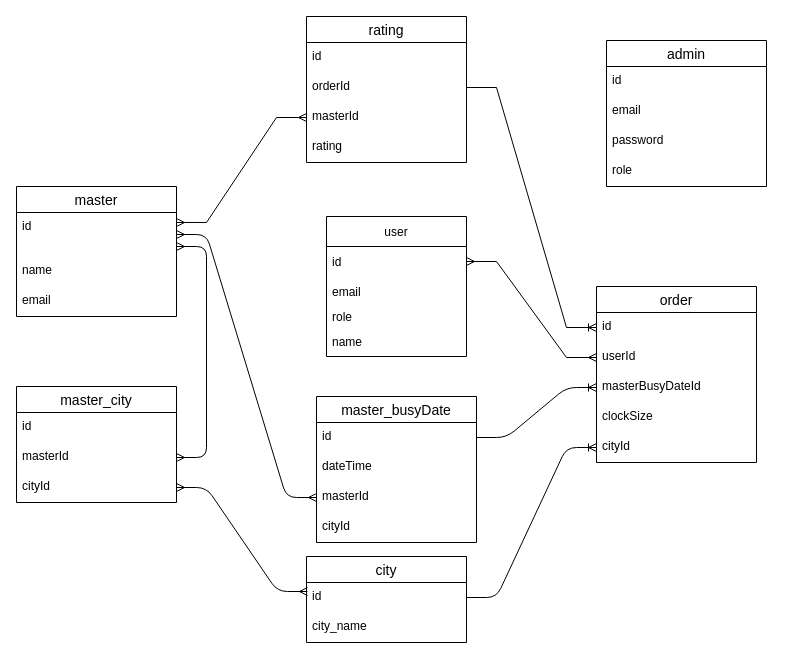
Above: 2.drawio in mip92/clock_server (draw.io), before the change. Source tidied: cells renumbered, new cells numbered last; positions are measured from the earlier drawing's top-left corner, leaving out a move shared by most shapes. Both pictures are drawn from the tidied source at 100%, with x=0, y=0 at pixel (16, 16).
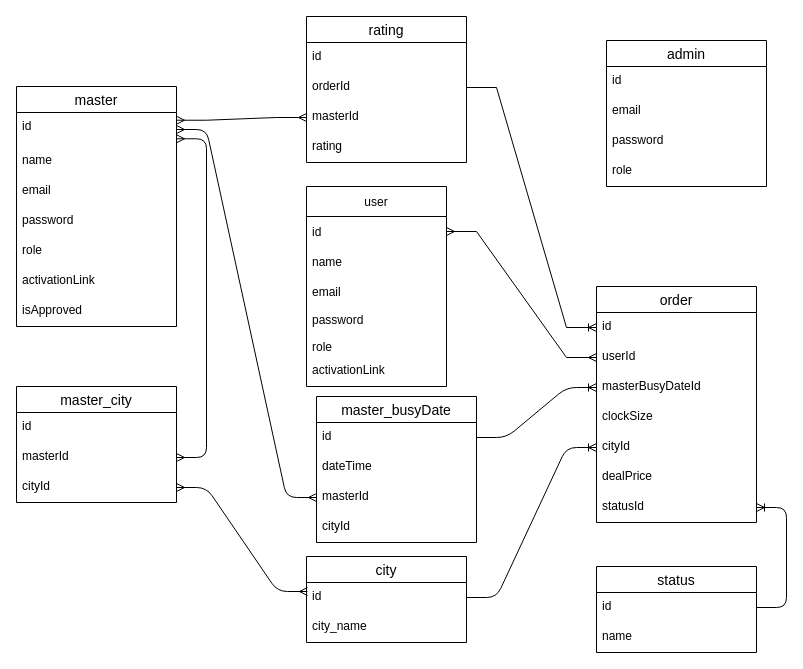
Above is the later version.

Diff of the diagram source:
```diff
@@
     <mxCell id="2" value="master" style="swimlane;fontStyle=0;horizontal=1;startSize=26;align=center;fontSize=14;" parent="1" vertex="1">
-      <mxGeometry y="170" width="160" height="130" as="geometry" />
+      <mxGeometry y="70" width="160" height="240" as="geometry" />
     </mxCell>
     <mxCell id="3" value="id" style="text;strokeColor=none;fillColor=none;spacingLeft=4;spacingRight=4;overflow=hidden;points=[[0,0.5],[1,0.5]];portConstraint=eastwest;fontSize=12;" parent="2" vertex="1">
-      <mxGeometry y="26" width="160" height="44" as="geometry" />
+      <mxGeometry y="26" width="160" height="34" as="geometry" />
     </mxCell>
     <mxCell id="4" value="name" style="text;strokeColor=none;fillColor=none;spacingLeft=4;spacingRight=4;overflow=hidden;fontSize=12;" parent="2" vertex="1">
-      <mxGeometry y="70" width="160" height="30" as="geometry" />
+      <mxGeometry y="60" width="160" height="30" as="geometry" />
     </mxCell>
     <mxCell id="5" value="email" style="text;strokeColor=none;fillColor=none;spacingLeft=4;spacingRight=4;overflow=hidden;fontSize=12;" parent="2" vertex="1">
-      <mxGeometry y="100" width="160" height="30" as="geometry" />
+      <mxGeometry y="90" width="160" height="30" as="geometry" />
     </mxCell>
+    <mxCell id="47" value="password" style="text;strokeColor=none;fillColor=none;spacingLeft=4;spacingRight=4;overflow=hidden;fontSize=12;" parent="2" vertex="1">
+      <mxGeometry y="120" width="160" height="30" as="geometry" />
+    </mxCell>
+    <mxCell id="48" value="role" style="text;strokeColor=none;fillColor=none;spacingLeft=4;spacingRight=4;overflow=hidden;fontSize=12;" parent="2" vertex="1">
+      <mxGeometry y="150" width="160" height="30" as="geometry" />
+    </mxCell>
+    <mxCell id="49" value="activationLink" style="text;strokeColor=none;fillColor=none;spacingLeft=4;spacingRight=4;overflow=hidden;fontSize=12;" parent="2" vertex="1">
+      <mxGeometry y="180" width="160" height="30" as="geometry" />
+    </mxCell>
+    <mxCell id="50" value="isApproved" style="text;strokeColor=none;fillColor=none;spacingLeft=4;spacingRight=4;overflow=hidden;fontSize=12;" parent="2" vertex="1">
+      <mxGeometry y="210" width="160" height="30" as="geometry" />
+    </mxCell>
@@
     <mxCell id="14" value="order" style="swimlane;fontStyle=0;horizontal=1;startSize=26;align=center;fontSize=14;" parent="1" vertex="1">
-      <mxGeometry x="580" y="270" width="160" height="176" as="geometry" />
+      <mxGeometry x="580" y="270" width="160" height="236" as="geometry" />
     </mxCell>
@@
+    <mxCell id="51" value="dealPrice" style="text;strokeColor=none;fillColor=none;spacingLeft=4;spacingRight=4;overflow=hidden;fontSize=12;" parent="14" vertex="1">
+      <mxGeometry y="176" width="160" height="30" as="geometry" />
+    </mxCell>
+    <mxCell id="52" value="statusId" style="text;strokeColor=none;fillColor=none;spacingLeft=4;spacingRight=4;overflow=hidden;points=[[0,0.5],[1,0.5]];portConstraint=eastwest;fontSize=12;" parent="14" vertex="1">
+      <mxGeometry y="206" width="160" height="30" as="geometry" />
+    </mxCell>
@@
     <mxCell id="34" value="user" style="swimlane;fontStyle=0;horizontal=1;startSize=30;" parent="1" vertex="1">
-      <mxGeometry x="310" y="200" width="140" height="140" as="geometry" />
+      <mxGeometry x="290" y="170" width="140" height="200" as="geometry" />
     </mxCell>
@@
+    <mxCell id="38" value="name" style="text;strokeColor=none;fillColor=none;align=left;verticalAlign=middle;spacingLeft=4;spacingRight=4;overflow=hidden;" parent="34" vertex="1">
+      <mxGeometry y="60" width="140" height="30" as="geometry" />
+    </mxCell>
     <mxCell id="36" value="email" style="text;strokeColor=none;fillColor=none;align=left;verticalAlign=middle;spacingLeft=4;spacingRight=4;overflow=hidden;" parent="34" vertex="1">
-      <mxGeometry y="60" width="140" height="30" as="geometry" />
+      <mxGeometry y="90" width="140" height="30" as="geometry" />
     </mxCell>
+    <mxCell id="53" value="password" style="text;strokeColor=none;fillColor=none;spacingLeft=4;spacingRight=4;overflow=hidden;fontSize=12;" parent="34" vertex="1">
+      <mxGeometry y="120" width="140" height="30" as="geometry" />
+    </mxCell>
     <mxCell id="37" value="role" style="text;strokeColor=none;fillColor=none;align=left;verticalAlign=middle;spacingLeft=4;spacingRight=4;overflow=hidden;" parent="34" vertex="1">
-      <mxGeometry y="90" width="140" height="20" as="geometry" />
+      <mxGeometry y="150" width="140" height="20" as="geometry" />
     </mxCell>
-    <mxCell id="38" value="name" style="text;strokeColor=none;fillColor=none;align=left;verticalAlign=middle;spacingLeft=4;spacingRight=4;overflow=hidden;" parent="34" vertex="1">
-      <mxGeometry y="110" width="140" height="30" as="geometry" />
-    </mxCell>
+    <mxCell id="54" value="activationLink" style="text;strokeColor=none;fillColor=none;spacingLeft=4;spacingRight=4;overflow=hidden;fontSize=12;" parent="34" vertex="1">
+      <mxGeometry y="170" width="140" height="30" as="geometry" />
+    </mxCell>
@@
+    <mxCell id="55" value="status" style="swimlane;fontStyle=0;horizontal=1;startSize=26;align=center;fontSize=14;" parent="1" vertex="1">
+      <mxGeometry x="580" y="550" width="160" height="86" as="geometry" />
+    </mxCell>
+    <mxCell id="56" value="id" style="text;strokeColor=none;fillColor=none;spacingLeft=4;spacingRight=4;overflow=hidden;points=[[0,0.5],[1,0.5]];portConstraint=eastwest;fontSize=12;" parent="55" vertex="1">
+      <mxGeometry y="26" width="160" height="30" as="geometry" />
+    </mxCell>
+    <mxCell id="57" value="name" style="text;strokeColor=none;fillColor=none;spacingLeft=4;spacingRight=4;overflow=hidden;fontSize=12;" parent="55" vertex="1">
+      <mxGeometry y="56" width="160" height="30" as="geometry" />
+    </mxCell>
+    <mxCell id="58" style="edgeStyle=entityRelationEdgeStyle;fontSize=12;html=1;endArrow=ERoneToMany;exitX=1;exitY=0.5;exitDx=0;exitDy=0;entryX=1;entryY=0.5;entryDx=0;entryDy=0;" parent="1" edge="1" source="56" target="52">
+      <mxGeometry relative="1" as="geometry" />
+    </mxCell>
```
